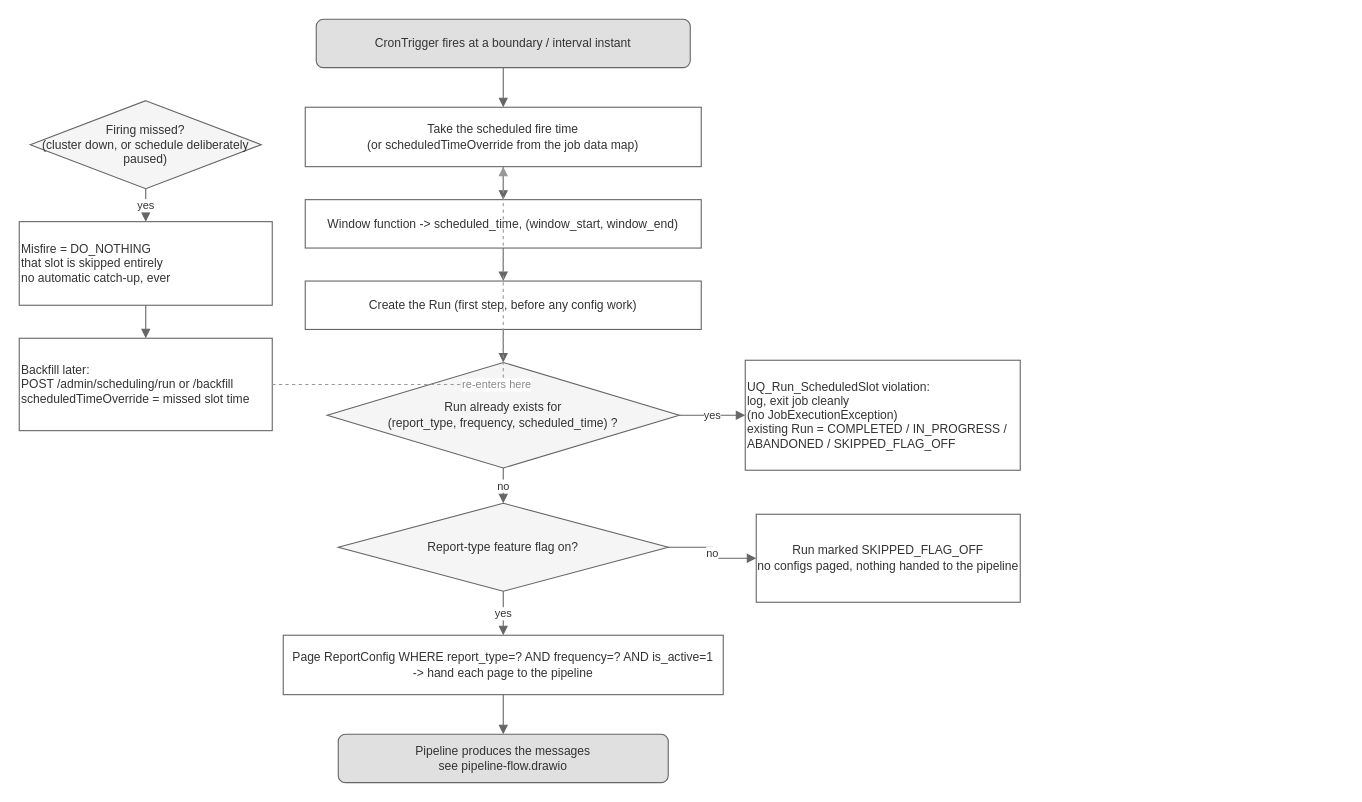
vijaykumarn/research keeps this draw.io diagram as page "2 - Scheduled job lifecycle" (2 of 4) of supervisor-project/02-design/scheduling/scheduling-flow.drawio. Above is the earlier version. Source tidied: cells renumbered, new cells numbered last; positions are measured from the earlier drawing's top-left corner, leaving out a move shared by most shapes. Both pictures are drawn from the tidied source at 110%, with x=0, y=0 at pixel (19, 19).
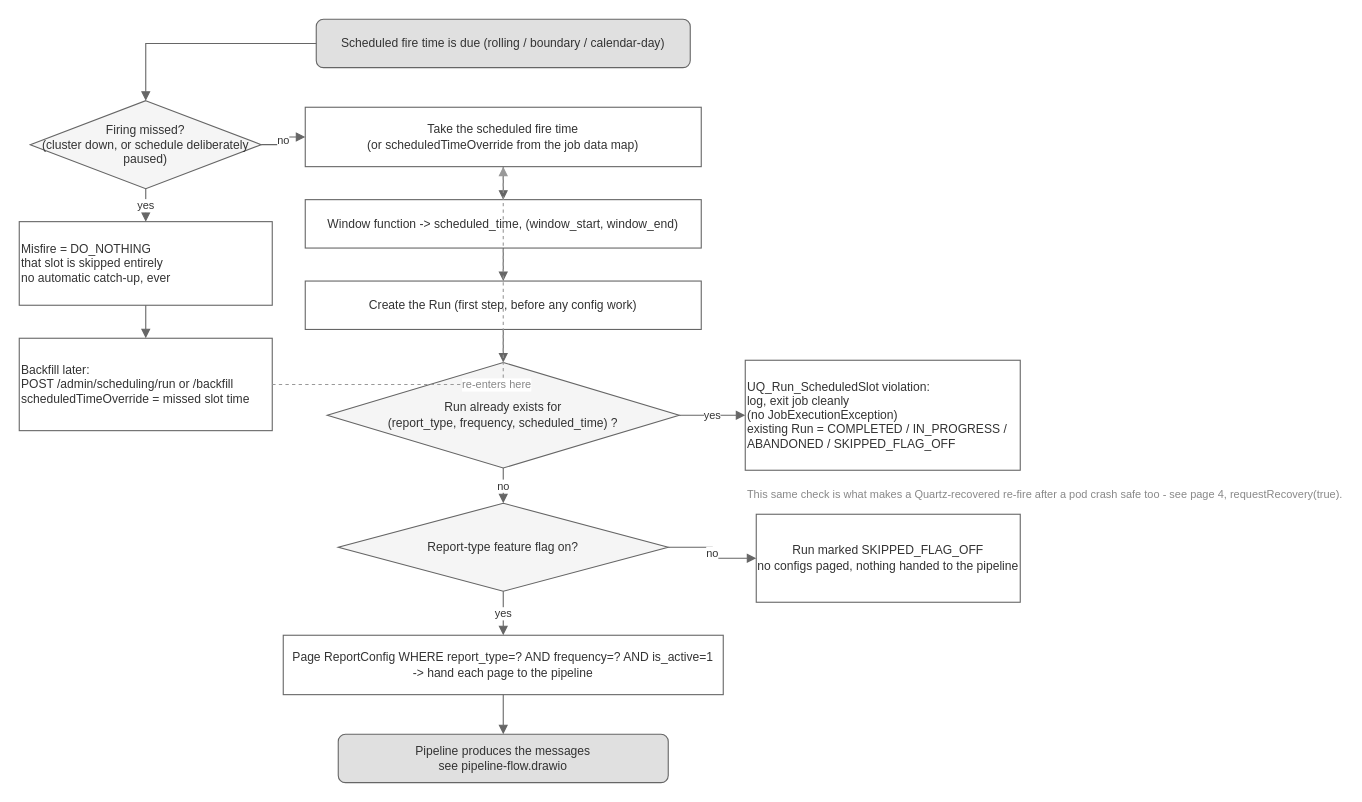
After the change.

Commit message:
docs(scheduling): fix orphaned decision node in job-lifecycle diagram

Page 2's "Firing missed?" node had no incoming edge and no "no"
branch - a disconnected decision diamond. Rewired the entry point
(s0) into it, added the missing "no" -> normal-path edge, and
reworded s0 so it no longer omits the calendar-day shape. Added a
cross-reference note pointing to page 4's already-correct coverage
of the crashed-pod-during-firing recovery case, instead of
duplicating it on page 2.

Unchanged cells that the change refers to:
```xml
<mxCell id="3" value="Take the scheduled fire time&#10;(or scheduledTimeOverride from the job data map)" style="rounded=0;whiteSpace=wrap;html=1;fillColor=#ffffff;strokeColor=#666666;fontColor=#333333;fontSize=11;" parent="1" vertex="1">
  <mxGeometry x="260" y="80" width="360" height="54" as="geometry" />
</mxCell>
<mxCell id="10" value="Firing missed?&#10;(cluster down, or schedule deliberately paused)" style="rhombus;whiteSpace=wrap;html=1;fillColor=#f5f5f5;strokeColor=#666666;fontColor=#333333;fontSize=11;" parent="1" vertex="1">
  <mxGeometry x="10" y="74" width="210" height="80" as="geometry" />
</mxCell>
```

The edit, as a diff of the source:
```diff
@@
-    <mxCell id="2" value="CronTrigger fires at a boundary / interval instant" style="rounded=1;whiteSpace=wrap;html=1;fillColor=#e0e0e0;strokeColor=#666666;fontColor=#333333;fontSize=11;" parent="1" vertex="1">
+    <mxCell id="2" value="Scheduled fire time is due (rolling / boundary / calendar-day)" style="rounded=1;whiteSpace=wrap;html=1;fillColor=#e0e0e0;strokeColor=#666666;fontColor=#333333;fontSize=11;" parent="1" vertex="1">
       <mxGeometry x="270" width="340" height="44" as="geometry" />
     </mxCell>
@@
+    <mxCell id="27" value="This same check is what makes a Quartz-recovered re-fire after a pod crash safe too - see page 4, requestRecovery(true)." style="text;html=1;align=left;verticalAlign=top;fontColor=#888888;fontSize=10;" parent="1" vertex="1">
+      <mxGeometry x="660" y="420" width="250" height="46" as="geometry" />
+    </mxCell>
@@
-    <mxCell id="13" style="edgeStyle=orthogonalEdgeStyle;rounded=0;html=1;strokeColor=#666666;endArrow=block;" parent="1" edge="1" source="2" target="3">
+    <mxCell id="13" style="edgeStyle=orthogonalEdgeStyle;rounded=0;html=1;strokeColor=#666666;endArrow=block;" parent="1" edge="1" source="2" target="10">
       <mxGeometry relative="1" as="geometry" />
     </mxCell>
+    <mxCell id="28" value="no" style="edgeStyle=orthogonalEdgeStyle;rounded=0;html=1;strokeColor=#666666;endArrow=block;fontColor=#333333;fontSize=10;" parent="1" edge="1" source="10" target="3">
+      <mxGeometry relative="1" as="geometry" />
+    </mxCell>
```
